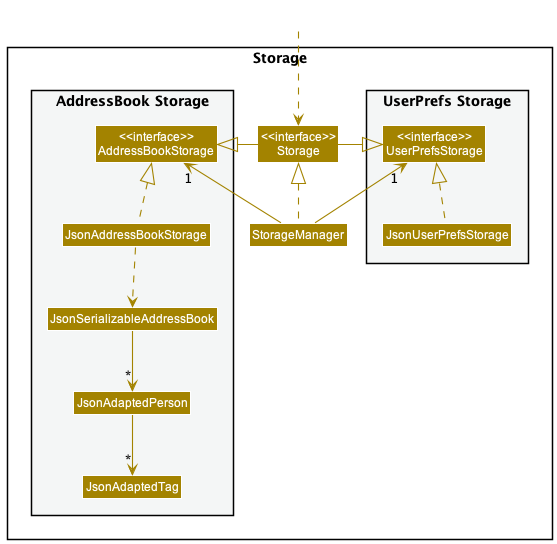
The PlantUML diagram docs/images/StorageClassDiagram.png in nus-cs2103-AY2223S1/tp, before a commit.
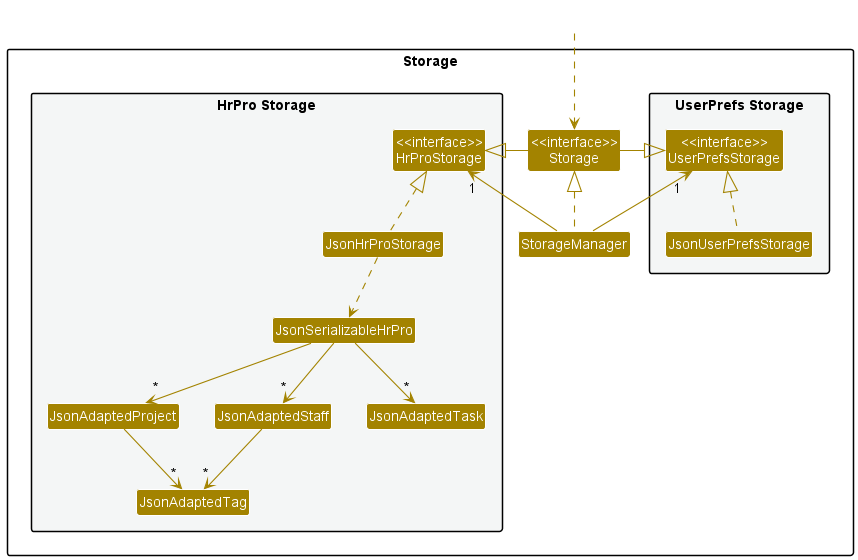
After the change.

The edit, as a diff of the source:
```diff
@@ -14,12 +14,14 @@
 Class "<<interface>>\nStorage" as Storage
 Class StorageManager
 
-package "AddressBook Storage" #F4F6F6{
-Class "<<interface>>\nAddressBookStorage" as AddressBookStorage
-Class JsonAddressBookStorage
-Class JsonSerializableAddressBook
-Class JsonAdaptedPerson
+package "HrPro Storage" #F4F6F6{
+Class "<<interface>>\nHrProStorage" as HrProStorage
+Class JsonHrProStorage
+Class JsonSerializableHrPro
+Class JsonAdaptedProject
 Class JsonAdaptedTag
+Class JsonAdaptedStaff
+Class JsonAdaptedTask
 }
 
 }
@@ -29,15 +31,17 @@
 
 StorageManager .up.|> Storage
 StorageManager -up-> "1" UserPrefsStorage
-StorageManager -up-> "1" AddressBookStorage
+StorageManager -up-> "1" HrProStorage
 
 Storage -left-|> UserPrefsStorage
-Storage -right-|> AddressBookStorage
+Storage -right-|> HrProStorage
 
 JsonUserPrefsStorage .up.|> UserPrefsStorage
-JsonAddressBookStorage .up.|> AddressBookStorage
-JsonAddressBookStorage ..> JsonSerializableAddressBook
-JsonSerializableAddressBook --> "*" JsonAdaptedPerson
-JsonAdaptedPerson --> "*" JsonAdaptedTag
-
+JsonHrProStorage .up.|> HrProStorage
+JsonHrProStorage ..> JsonSerializableHrPro
+JsonSerializableHrPro --> "*" JsonAdaptedProject
+JsonAdaptedProject --> "*" JsonAdaptedTag
+JsonSerializableHrPro --> "*" JsonAdaptedStaff
+JsonSerializableHrPro --> "*" JsonAdaptedTask
+JsonAdaptedStaff --> "*" JsonAdaptedTag
 @enduml
```
